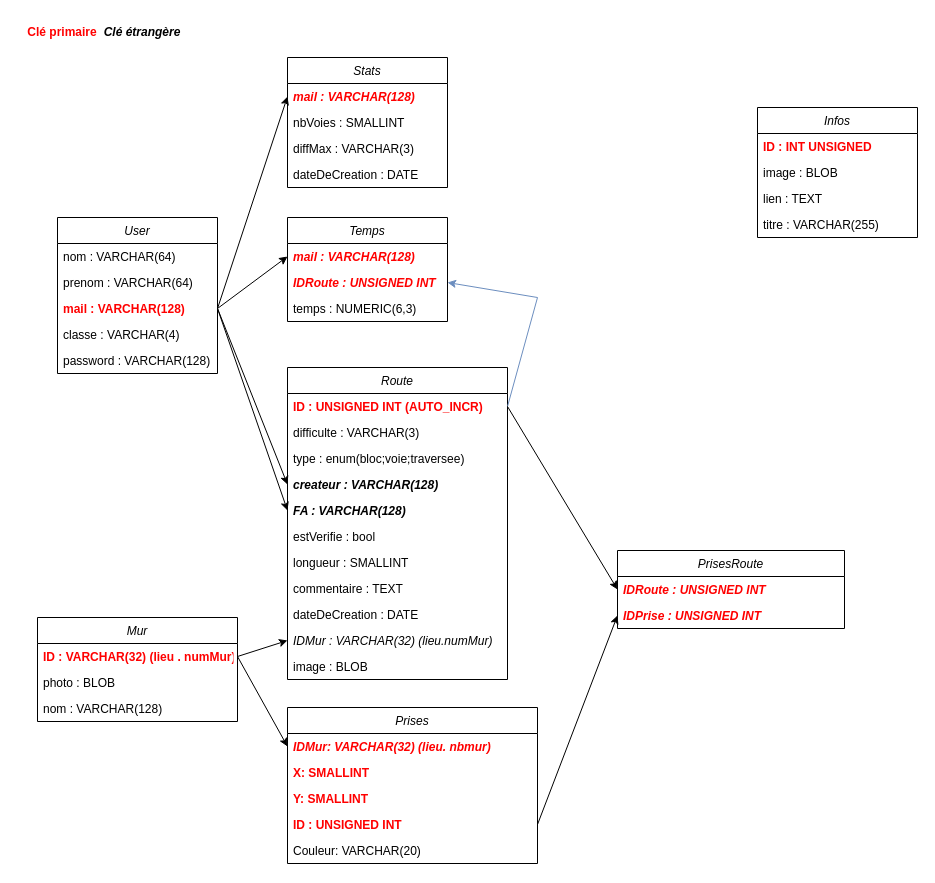
Earlier version of the draw.io diagram diagrammeDB.drawio (Greenmattt/SeekAClimb). Source tidied: cells renumbered, new cells numbered last; positions are measured from the earlier drawing's top-left corner, leaving out a move shared by most shapes. Both pictures are drawn from the tidied source at 100%, with x=0, y=0 at pixel (17, 17).
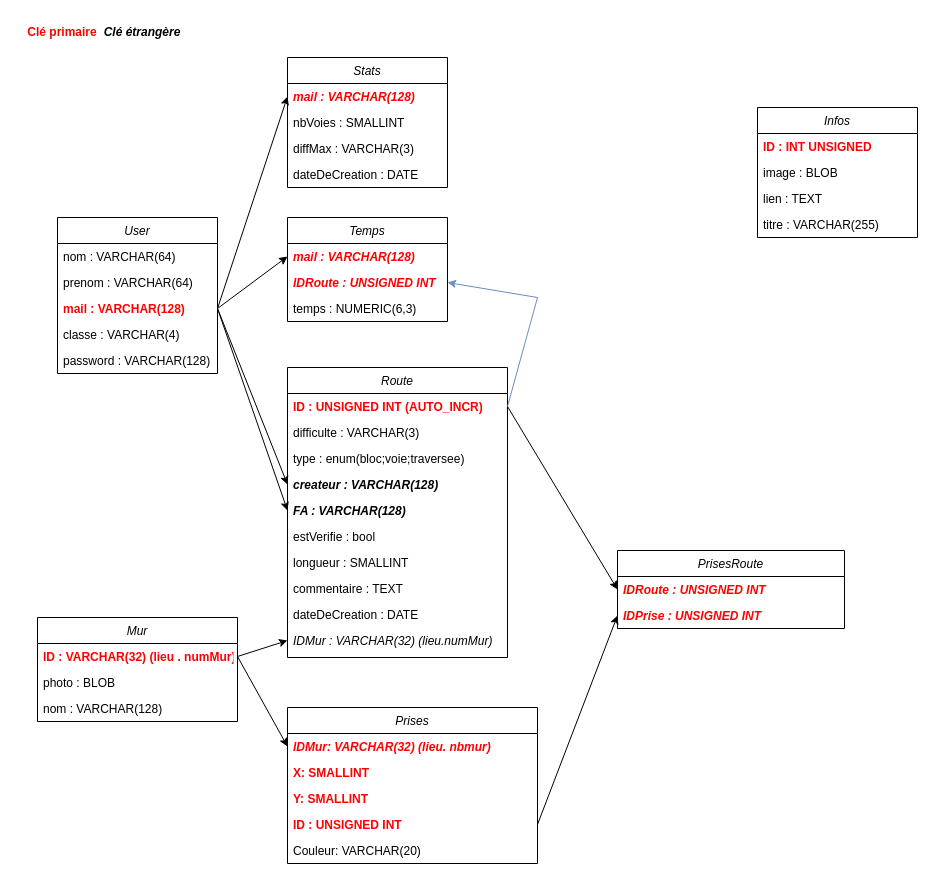
The same page after the edit.

The edit, as a diff of the source:
```diff
@@
     <mxCell id="35" value="Route" style="swimlane;fontStyle=2;align=center;verticalAlign=top;horizontal=1;startSize=26;rounded=0;shadow=0;strokeWidth=1;" parent="1" vertex="1">
-      <mxGeometry x="270" y="350" width="220" height="312" as="geometry" />
+      <mxGeometry x="270" y="350" width="220" height="290" as="geometry" />
     </mxCell>
@@
-    <mxCell id="46" value="image : BLOB" style="text;align=left;verticalAlign=top;spacingLeft=4;spacingRight=4;overflow=hidden;" parent="35" vertex="1">
-      <mxGeometry y="286" width="220" height="26" as="geometry" />
-    </mxCell>
```
